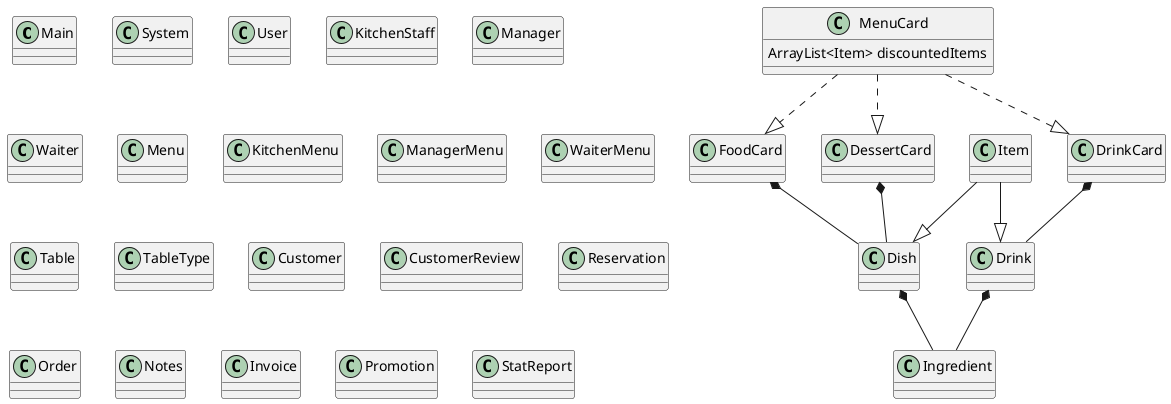
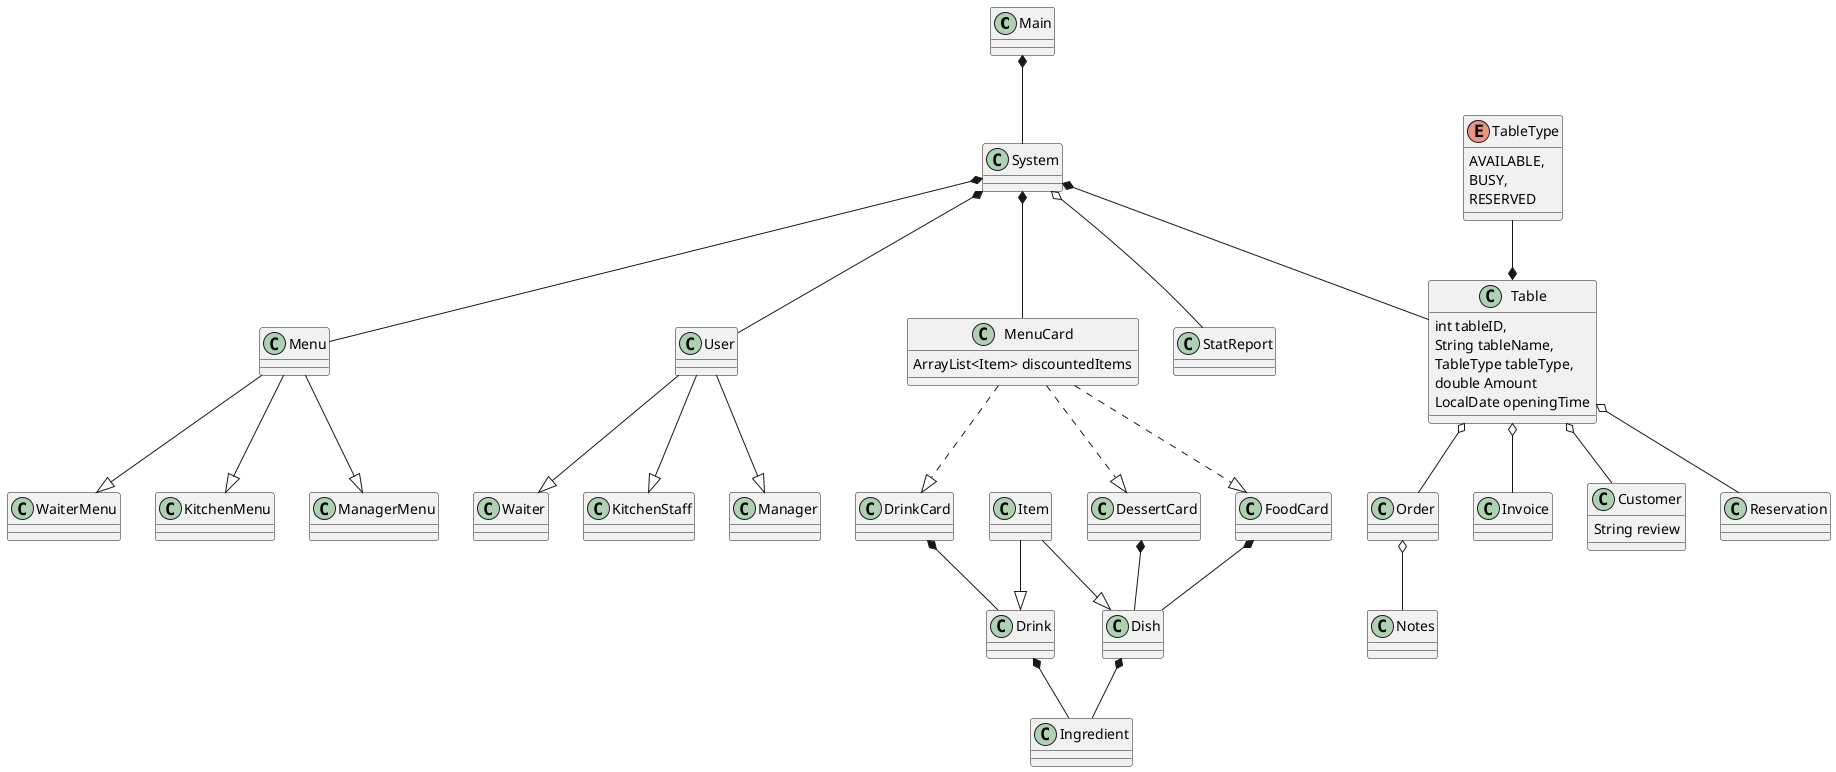
@startuml
'https://plantuml.com/class-diagram

+ ' Del 1
class Main
class System
class User
class KitchenStaff
class Manager
class Waiter
+ 
+ ' Del 2
class Menu
class KitchenMenu
class ManagerMenu
class WaiterMenu
- class Table
- class TableType
- class Customer
- class CustomerReview
+ 
+ ' Del 3
+ class Table {
+     int tableID,
+     String tableName,
+     TableType tableType,
+     double Amount
+     LocalDate openingTime
+ }
+ enum TableType {
+     AVAILABLE,
+     BUSY,
+     RESERVED
+ }
+ class Customer {
+     String review
+ }
class Reservation
class Order
class Notes
class Invoice
+ 
+ ' Del 4
class MenuCard {
    ArrayList<Item> discountedItems
}
class FoodCard
class DessertCard
class Item
class Dish
class DrinkCard
class Drink
- class Promotion
class Ingredient
class StatReport

+ Main *-- System
+ System *-- User
+ User --|> KitchenStaff
+ User --|> Manager
+ User --|> Waiter
+ System *-- Menu
+ Menu --|> KitchenMenu
+ Menu --|> ManagerMenu
+ Menu --|> WaiterMenu
+ System *-- MenuCard
+ System *-- Table
+ TableType --* Table
+ Table o-- Order
+ Order o-- Notes
+ Table o-- Customer
+ Table o-- Invoice
+ Table o-- Reservation
+ System o-- StatReport
MenuCard ..|> FoodCard
FoodCard *-- Dish
MenuCard ..|> DessertCard
DessertCard *-- Dish
MenuCard ..|> DrinkCard
DrinkCard *-- Drink
Item --|> Dish
Item --|> Drink
Dish *-- Ingredient
Drink *-- Ingredient

@enduml